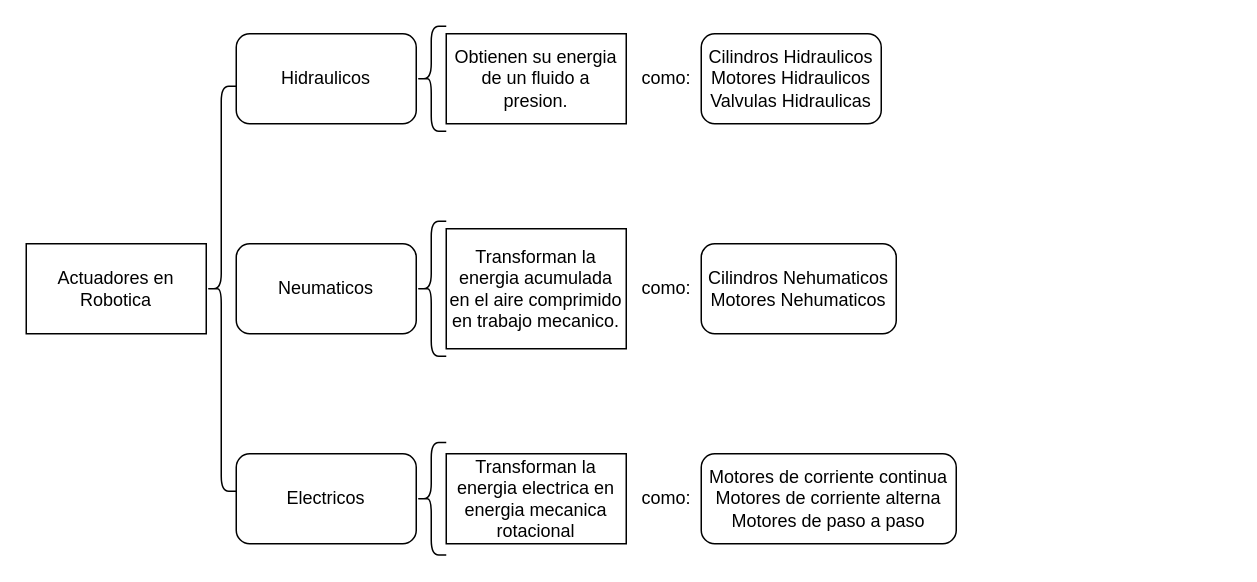
Above: Diagramas/CuadroSinoptico1.drawio in EmmanuelARodriguez/Markdown (draw.io), before the change. Source tidied: cells renumbered, new cells numbered last; positions are measured from the earlier drawing's top-left corner, leaving out a move shared by most shapes. Both pictures are drawn from the tidied source at 150%, with x=0, y=0 at pixel (26, 26).
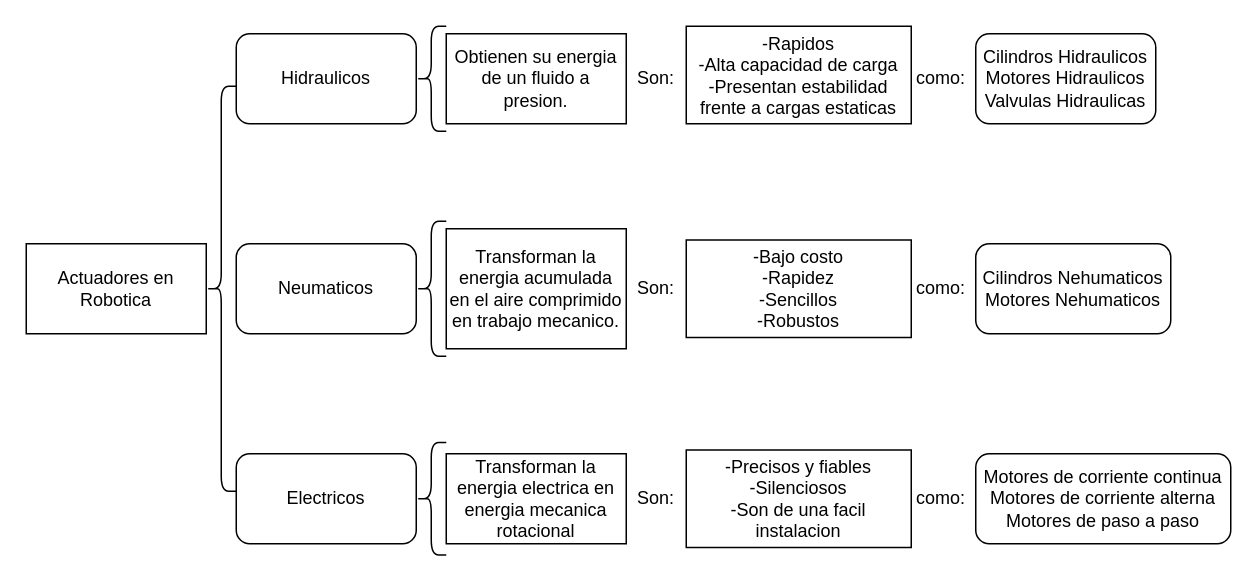
The same page after the edit.

Change to the diagram source:
```diff
@@
     <mxCell id="10" value="Cilindros Hidraulicos&lt;br&gt;Motores Hidraulicos&lt;br&gt;Valvulas Hidraulicas" style="rounded=1;whiteSpace=wrap;html=1;" parent="1" vertex="1">
-      <mxGeometry x="450" y="5" width="120" height="60" as="geometry" />
+      <mxGeometry x="633" y="5" width="120" height="60" as="geometry" />
     </mxCell>
@@
     <mxCell id="14" value="como:" style="text;html=1;strokeColor=none;fillColor=none;align=center;verticalAlign=middle;whiteSpace=wrap;rounded=0;" parent="1" vertex="1">
-      <mxGeometry x="407" y="305" width="40" height="20" as="geometry" />
+      <mxGeometry x="590" y="305" width="40" height="20" as="geometry" />
     </mxCell>
     <mxCell id="15" value="como:" style="text;html=1;strokeColor=none;fillColor=none;align=center;verticalAlign=middle;whiteSpace=wrap;rounded=0;" parent="1" vertex="1">
-      <mxGeometry x="407" y="165" width="40" height="20" as="geometry" />
+      <mxGeometry x="590" y="165" width="40" height="20" as="geometry" />
     </mxCell>
     <mxCell id="16" value="como:" style="text;html=1;strokeColor=none;fillColor=none;align=center;verticalAlign=middle;whiteSpace=wrap;rounded=0;" parent="1" vertex="1">
-      <mxGeometry x="407" y="25" width="40" height="20" as="geometry" />
+      <mxGeometry x="590" y="25" width="40" height="20" as="geometry" />
     </mxCell>
     <mxCell id="17" value="Cilindros Nehumaticos&lt;br&gt;Motores Nehumaticos" style="rounded=1;whiteSpace=wrap;html=1;" parent="1" vertex="1">
-      <mxGeometry x="450" y="145" width="130" height="60" as="geometry" />
+      <mxGeometry x="633" y="145" width="130" height="60" as="geometry" />
     </mxCell>
     <mxCell id="18" value="Motores de corriente continua&lt;br&gt;Motores de corriente alterna&lt;br&gt;Motores de paso a paso" style="rounded=1;whiteSpace=wrap;html=1;" parent="1" vertex="1">
-      <mxGeometry x="450" y="285" width="170" height="60" as="geometry" />
+      <mxGeometry x="633" y="285" width="170" height="60" as="geometry" />
     </mxCell>
+    <mxCell id="19" value="Son:" style="text;html=1;strokeColor=none;fillColor=none;align=center;verticalAlign=middle;whiteSpace=wrap;rounded=0;" parent="1" vertex="1">
+      <mxGeometry x="400" y="25" width="40" height="20" as="geometry" />
+    </mxCell>
+    <mxCell id="20" value="Son:" style="text;html=1;strokeColor=none;fillColor=none;align=center;verticalAlign=middle;whiteSpace=wrap;rounded=0;" parent="1" vertex="1">
+      <mxGeometry x="400" y="165" width="40" height="20" as="geometry" />
+    </mxCell>
+    <mxCell id="21" value="Son:" style="text;html=1;strokeColor=none;fillColor=none;align=center;verticalAlign=middle;whiteSpace=wrap;rounded=0;" parent="1" vertex="1">
+      <mxGeometry x="400" y="305" width="40" height="20" as="geometry" />
+    </mxCell>
+    <mxCell id="22" value="-&lt;span&gt;Rapidos&lt;/span&gt;&lt;div&gt;-Alta capacidad de carga&lt;/div&gt;&lt;div&gt;-Presentan estabilidad frente a cargas estaticas&lt;/div&gt;" style="rounded=0;whiteSpace=wrap;html=1;" parent="1" vertex="1">
+      <mxGeometry x="440" width="150" height="65" as="geometry" />
+    </mxCell>
+    <mxCell id="23" value="&lt;div&gt;-Bajo costo&lt;/div&gt;&lt;div&gt;-Rapidez&lt;/div&gt;&lt;div&gt;-Sencillos&lt;/div&gt;&lt;div&gt;-Robustos&lt;/div&gt;" style="rounded=0;whiteSpace=wrap;html=1;" parent="1" vertex="1">
+      <mxGeometry x="440" y="142.5" width="150" height="65" as="geometry" />
+    </mxCell>
+    <mxCell id="24" value="&lt;div&gt;-Precisos y fiables&lt;/div&gt;&lt;div&gt;-Silenciosos&lt;/div&gt;&lt;div&gt;-Son de una facil instalacion&lt;/div&gt;" style="rounded=0;whiteSpace=wrap;html=1;" parent="1" vertex="1">
+      <mxGeometry x="440" y="282.5" width="150" height="65" as="geometry" />
+    </mxCell>
```
